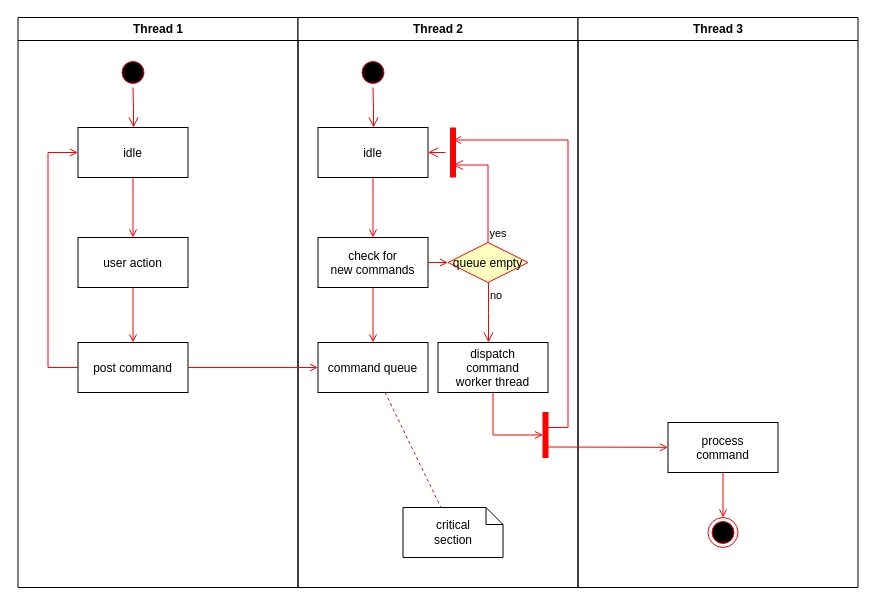
The draw.io diagram Диаграмма без названия.drawio in sobolevn/ship-it-boardgame, before the edit. Source tidied: cells renumbered, new cells numbered last; positions are measured from the earlier drawing's top-left corner, leaving out a move shared by most shapes. Both pictures are drawn from the tidied source at 100%, with x=0, y=0 at pixel (17, 17).
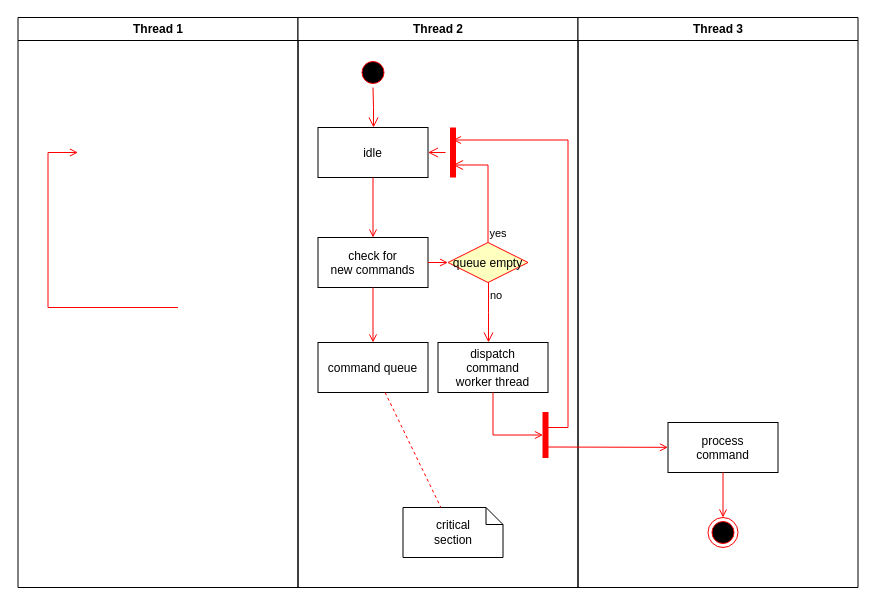
The same page after the edit.

Unchanged cells that the change refers to:
```xml
<mxCell id="2" value="Thread 1" style="swimlane;whiteSpace=wrap;" parent="1" vertex="1">
  <mxGeometry x="0.5" width="280" height="570" as="geometry" />
</mxCell>
<mxCell id="17" value="command queue" parent="11" vertex="1">
  <mxGeometry x="20" y="325" width="110" height="50" as="geometry" />
</mxCell>
```

What changed in the source:
```diff
@@
-    <mxCell id="3" style="ellipse;shape=startState;fillColor=#000000;strokeColor=#ff0000;" parent="2" vertex="1">
-      <mxGeometry x="100" y="40" width="30" height="30" as="geometry" />
-    </mxCell>
-    <mxCell id="4" style="edgeStyle=elbowEdgeStyle;elbow=horizontal;verticalAlign=bottom;endArrow=open;endSize=8;strokeColor=#FF0000;endFill=1;rounded=0;" parent="2" edge="1" source="3" target="5">
-      <mxGeometry x="100" y="40" as="geometry" />
-    </mxCell>
-    <mxCell id="5" value="idle" parent="2" vertex="1">
-      <mxGeometry x="60" y="110" width="110" height="50" as="geometry" />
-    </mxCell>
-    <mxCell id="6" value="user action" parent="2" vertex="1">
-      <mxGeometry x="60" y="220" width="110" height="50" as="geometry" />
-    </mxCell>
-    <mxCell id="7" style="endArrow=open;strokeColor=#FF0000;endFill=1;rounded=0;" parent="2" edge="1" source="5" target="6">
-      <mxGeometry relative="1" as="geometry" />
-    </mxCell>
-    <mxCell id="8" value="post command" parent="2" vertex="1">
-      <mxGeometry x="60" y="325" width="110" height="50" as="geometry" />
-    </mxCell>
-    <mxCell id="9" style="endArrow=open;strokeColor=#FF0000;endFill=1;rounded=0;" parent="2" edge="1" source="6" target="8">
-      <mxGeometry relative="1" as="geometry" />
-    </mxCell>
-    <mxCell id="10" style="edgeStyle=elbowEdgeStyle;elbow=horizontal;strokeColor=#FF0000;endArrow=open;endFill=1;rounded=0;" parent="2" edge="1" source="8" target="5">
+    <mxCell id="10" style="edgeStyle=elbowEdgeStyle;elbow=horizontal;strokeColor=#FF0000;endArrow=open;endFill=1;rounded=0;" parent="2" edge="1">
       <mxGeometry relative="1" as="geometry">
+        <mxPoint x="160" y="290" as="sourcePoint" />
+        <mxPoint x="60" y="135" as="targetPoint" />
         <Array as="points">
           <mxPoint x="30" y="250" />
         </Array>
       </mxGeometry>
     </mxCell>
@@
-    <mxCell id="36" style="endArrow=open;strokeColor=#FF0000;endFill=1;rounded=0;" parent="1" edge="1" source="8" target="17">
-      <mxGeometry relative="1" as="geometry" />
-    </mxCell>
```
